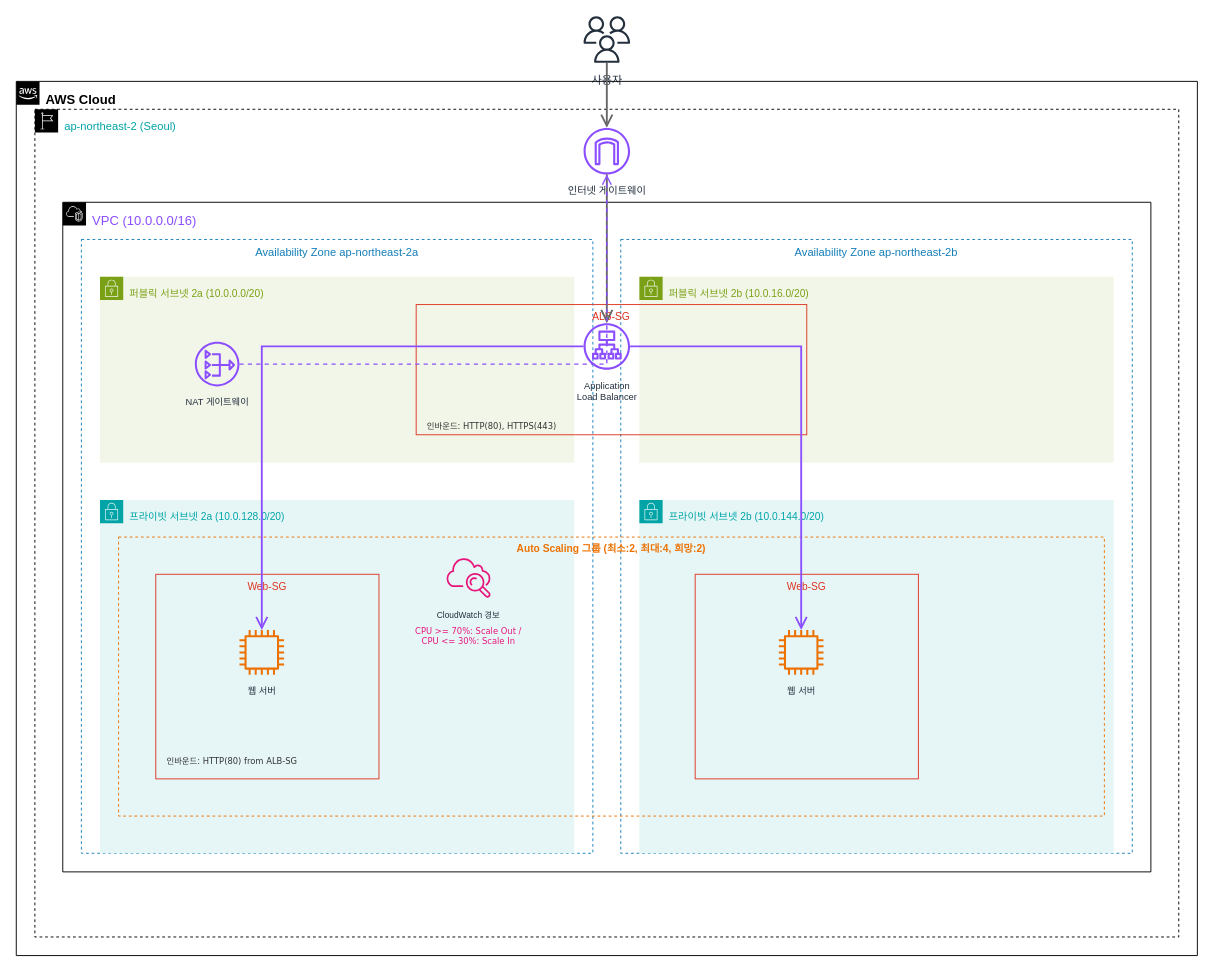
This is public/images/week4/4-3-architecture-diagram.drawio from yh00615/cloud_architecture, a draw.io file, before an edit. Source tidied: cells renumbered, new cells numbered last; positions are measured from the earlier drawing's top-left corner, leaving out a move shared by most shapes. Both pictures are drawn from the tidied source at 93%, with x=0, y=0 at pixel (16, 16).
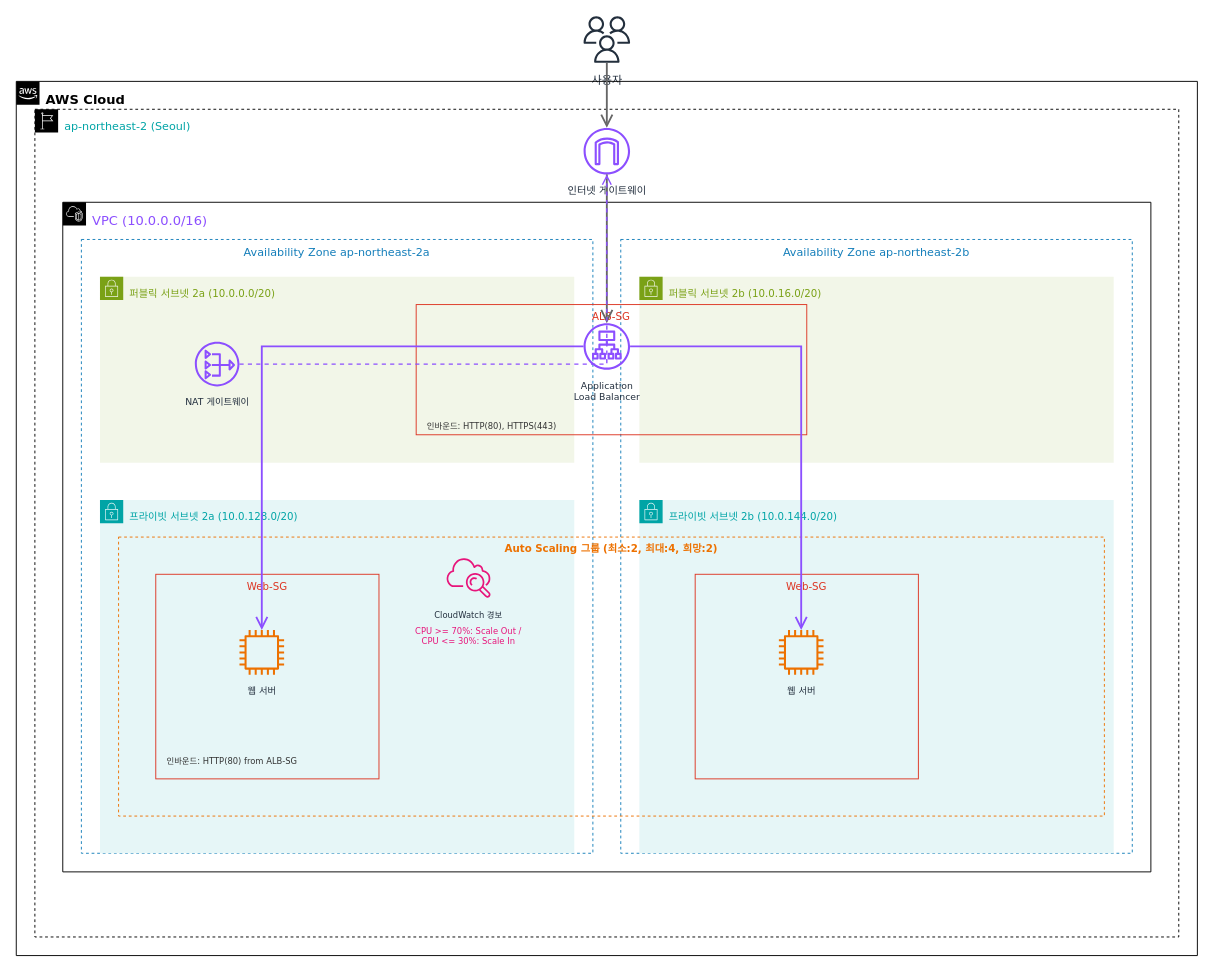
The same diagram, later.

Commit message:
Update 4-3 diagram fonts to Verdana

What changed in the source:
```diff
@@
-    <mxCell id="2" value="사용자" style="sketch=0;outlineConnect=0;fontColor=#232F3E;gradientColor=none;fillColor=#232F3D;strokeColor=none;dashed=0;verticalLabelPosition=bottom;spacingTop=5;verticalAlign=top;align=center;html=1;fontSize=12;fontStyle=0;shape=mxgraph.aws4.users;" parent="1" vertex="1">
+    <mxCell id="2" value="사용자" style="sketch=0;outlineConnect=0;fontColor=#232F3E;gradientColor=none;fillColor=#232F3D;strokeColor=none;dashed=0;verticalLabelPosition=bottom;spacingTop=5;verticalAlign=top;align=center;html=1;fontSize=12;fontStyle=0;shape=mxgraph.aws4.users;fontFamily=Verdana;" parent="1" vertex="1">
       <mxGeometry x="610" width="50" height="50" as="geometry" />
     </mxCell>
-    <mxCell id="3" value="AWS Cloud" style="gradientColor=none;html=1;whiteSpace=wrap;fontSize=14;fontStyle=1;shape=mxgraph.aws4.group;grIcon=mxgraph.aws4.group_aws_cloud_alt;stroke=#232F3E;fillColor=none;verticalAlign=top;align=left;spacingLeft=30;spacingTop=5;dashed=0;" parent="1" vertex="1">
+    <mxCell id="3" value="AWS Cloud" style="gradientColor=none;html=1;whiteSpace=wrap;fontSize=14;fontStyle=1;shape=mxgraph.aws4.group;grIcon=mxgraph.aws4.group_aws_cloud_alt;stroke=#232F3E;fillColor=none;verticalAlign=top;align=left;spacingLeft=30;spacingTop=5;dashed=0;fontFamily=Verdana;" parent="1" vertex="1">
       <mxGeometry y="70" width="1270" height="940" as="geometry" />
     </mxCell>
-    <mxCell id="4" value="ap-northeast-2 (Seoul)" style="gradientColor=none;html=1;whiteSpace=wrap;fontSize=12;fontStyle=0;shape=mxgraph.aws4.group;grIcon=mxgraph.aws4.group_region;stroke=#00A4A6;fillColor=none;verticalAlign=top;align=left;spacingLeft=30;spacingTop=5;fontColor=#00A4A6;dashed=1;" parent="1" vertex="1">
+    <mxCell id="4" value="ap-northeast-2 (Seoul)" style="gradientColor=none;html=1;whiteSpace=wrap;fontSize=12;fontStyle=0;shape=mxgraph.aws4.group;grIcon=mxgraph.aws4.group_region;stroke=#00A4A6;fillColor=none;verticalAlign=top;align=left;spacingLeft=30;spacingTop=5;fontColor=#00A4A6;dashed=1;fontFamily=Verdana;" parent="1" vertex="1">
       <mxGeometry x="20" y="100" width="1230" height="890" as="geometry" />
     </mxCell>
-    <mxCell id="5" value="인터넷 게이트웨이" style="sketch=0;outlineConnect=0;fontColor=#232F3E;gradientColor=none;fillColor=#8C4FFF;strokeColor=none;dashed=0;verticalLabelPosition=bottom;spacingTop=5;verticalAlign=top;align=center;html=1;fontSize=11;fontStyle=0;shape=mxgraph.aws4.internet_gateway;" parent="1" vertex="1">
+    <mxCell id="5" value="인터넷 게이트웨이" style="sketch=0;outlineConnect=0;fontColor=#232F3E;gradientColor=none;fillColor=#8C4FFF;strokeColor=none;dashed=0;verticalLabelPosition=bottom;spacingTop=5;verticalAlign=top;align=center;html=1;fontSize=11;fontStyle=0;shape=mxgraph.aws4.internet_gateway;fontFamily=Verdana;" parent="1" vertex="1">
       <mxGeometry x="610" y="120" width="50" height="50" as="geometry" />
     </mxCell>
-    <mxCell id="6" value="VPC (10.0.0.0/16)" style="gradientColor=none;html=1;whiteSpace=wrap;fontSize=14;fontStyle=0;shape=mxgraph.aws4.group;grIcon=mxgraph.aws4.group_vpc2;stroke=#8C4FFF;fillColor=none;verticalAlign=top;align=left;spacingLeft=30;spacingTop=5;fontColor=#8C4FFF;dashed=0;" parent="1" vertex="1">
+    <mxCell id="6" value="VPC (10.0.0.0/16)" style="gradientColor=none;html=1;whiteSpace=wrap;fontSize=14;fontStyle=0;shape=mxgraph.aws4.group;grIcon=mxgraph.aws4.group_vpc2;stroke=#8C4FFF;fillColor=none;verticalAlign=top;align=left;spacingLeft=30;spacingTop=5;fontColor=#8C4FFF;dashed=0;fontFamily=Verdana;" parent="1" vertex="1">
       <mxGeometry x="50" y="200" width="1170" height="720" as="geometry" />
     </mxCell>
-    <mxCell id="7" value="Availability Zone ap-northeast-2a" style="fillColor=none;strokeColor=#147EBA;dashed=1;verticalAlign=top;fontStyle=0;fontColor=#147EBA;whiteSpace=wrap;html=1;fontSize=12;" parent="6" vertex="1">
+    <mxCell id="7" value="Availability Zone ap-northeast-2a" style="fillColor=none;strokeColor=#147EBA;dashed=1;verticalAlign=top;fontStyle=0;fontColor=#147EBA;whiteSpace=wrap;html=1;fontSize=12;fontFamily=Verdana;" parent="6" vertex="1">
       <mxGeometry x="20" y="40" width="550" height="660" as="geometry" />
     </mxCell>
-    <mxCell id="8" value="Availability Zone ap-northeast-2b" style="fillColor=none;strokeColor=#147EBA;dashed=1;verticalAlign=top;fontStyle=0;fontColor=#147EBA;whiteSpace=wrap;html=1;fontSize=12;" parent="6" vertex="1">
+    <mxCell id="8" value="Availability Zone ap-northeast-2b" style="fillColor=none;strokeColor=#147EBA;dashed=1;verticalAlign=top;fontStyle=0;fontColor=#147EBA;whiteSpace=wrap;html=1;fontSize=12;fontFamily=Verdana;" parent="6" vertex="1">
       <mxGeometry x="600" y="40" width="550" height="660" as="geometry" />
     </mxCell>
-    <mxCell id="9" value="퍼블릭 서브넷 2a (10.0.0.0/20)" style="gradientColor=none;html=1;whiteSpace=wrap;fontSize=11;fontStyle=0;shape=mxgraph.aws4.group;grIcon=mxgraph.aws4.group_security_group;grStroke=0;strokeColor=#7AA116;fillColor=#F2F6E8;verticalAlign=top;align=left;spacingLeft=30;spacingTop=5;fontColor=#7AA116;dashed=0;" parent="6" vertex="1">
+    <mxCell id="9" value="퍼블릭 서브넷 2a (10.0.0.0/20)" style="gradientColor=none;html=1;whiteSpace=wrap;fontSize=11;fontStyle=0;shape=mxgraph.aws4.group;grIcon=mxgraph.aws4.group_security_group;grStroke=0;strokeColor=#7AA116;fillColor=#F2F6E8;verticalAlign=top;align=left;spacingLeft=30;spacingTop=5;fontColor=#7AA116;dashed=0;fontFamily=Verdana;" parent="6" vertex="1">
       <mxGeometry x="40" y="80" width="510" height="200" as="geometry" />
     </mxCell>
-    <mxCell id="10" value="퍼블릭 서브넷 2b (10.0.16.0/20)" style="gradientColor=none;html=1;whiteSpace=wrap;fontSize=11;fontStyle=0;shape=mxgraph.aws4.group;grIcon=mxgraph.aws4.group_security_group;grStroke=0;strokeColor=#7AA116;fillColor=#F2F6E8;verticalAlign=top;align=left;spacingLeft=30;spacingTop=5;fontColor=#7AA116;dashed=0;" parent="6" vertex="1">
+    <mxCell id="10" value="퍼블릭 서브넷 2b (10.0.16.0/20)" style="gradientColor=none;html=1;whiteSpace=wrap;fontSize=11;fontStyle=0;shape=mxgraph.aws4.group;grIcon=mxgraph.aws4.group_security_group;grStroke=0;strokeColor=#7AA116;fillColor=#F2F6E8;verticalAlign=top;align=left;spacingLeft=30;spacingTop=5;fontColor=#7AA116;dashed=0;fontFamily=Verdana;" parent="6" vertex="1">
       <mxGeometry x="620" y="80" width="510" height="200" as="geometry" />
     </mxCell>
-    <mxCell id="11" value="프라이빗 서브넷 2a (10.0.128.0/20)" style="gradientColor=none;html=1;whiteSpace=wrap;fontSize=11;fontStyle=0;shape=mxgraph.aws4.group;grIcon=mxgraph.aws4.group_security_group;grStroke=0;strokeColor=#00A4A6;fillColor=#E6F6F7;verticalAlign=top;align=left;spacingLeft=30;spacingTop=5;fontColor=#00A4A6;dashed=0;" parent="6" vertex="1">
+    <mxCell id="11" value="프라이빗 서브넷 2a (10.0.128.0/20)" style="gradientColor=none;html=1;whiteSpace=wrap;fontSize=11;fontStyle=0;shape=mxgraph.aws4.group;grIcon=mxgraph.aws4.group_security_group;grStroke=0;strokeColor=#00A4A6;fillColor=#E6F6F7;verticalAlign=top;align=left;spacingLeft=30;spacingTop=5;fontColor=#00A4A6;dashed=0;fontFamily=Verdana;" parent="6" vertex="1">
       <mxGeometry x="40" y="320" width="510" height="380" as="geometry" />
     </mxCell>
-    <mxCell id="12" value="프라이빗 서브넷 2b (10.0.144.0/20)" style="gradientColor=none;html=1;whiteSpace=wrap;fontSize=11;fontStyle=0;shape=mxgraph.aws4.group;grIcon=mxgraph.aws4.group_security_group;grStroke=0;strokeColor=#00A4A6;fillColor=#E6F6F7;verticalAlign=top;align=left;spacingLeft=30;spacingTop=5;fontColor=#00A4A6;dashed=0;" parent="6" vertex="1">
+    <mxCell id="12" value="프라이빗 서브넷 2b (10.0.144.0/20)" style="gradientColor=none;html=1;whiteSpace=wrap;fontSize=11;fontStyle=0;shape=mxgraph.aws4.group;grIcon=mxgraph.aws4.group_security_group;grStroke=0;strokeColor=#00A4A6;fillColor=#E6F6F7;verticalAlign=top;align=left;spacingLeft=30;spacingTop=5;fontColor=#00A4A6;dashed=0;fontFamily=Verdana;" parent="6" vertex="1">
       <mxGeometry x="620" y="320" width="510" height="380" as="geometry" />
     </mxCell>
-    <mxCell id="13" value="ALB-SG" style="fillColor=none;strokeColor=#DD3522;verticalAlign=top;fontStyle=0;fontColor=#DD3522;fontSize=11;whiteSpace=wrap;html=1;" parent="6" vertex="1">
+    <mxCell id="13" value="ALB-SG" style="fillColor=none;strokeColor=#DD3522;verticalAlign=top;fontStyle=0;fontColor=#DD3522;fontSize=11;whiteSpace=wrap;html=1;fontFamily=Verdana;" parent="6" vertex="1">
       <mxGeometry x="380" y="110" width="420" height="140" as="geometry" />
     </mxCell>
-    <mxCell id="14" value="Application&lt;br&gt;Load Balancer" style="sketch=0;outlineConnect=0;fontColor=#232F3E;gradientColor=none;fillColor=#8C4FFF;strokeColor=none;dashed=0;verticalLabelPosition=bottom;spacingTop=5;verticalAlign=top;align=center;html=1;fontSize=10;fontStyle=0;shape=mxgraph.aws4.application_load_balancer;" parent="6" vertex="1">
+    <mxCell id="14" value="Application&lt;br&gt;Load Balancer" style="sketch=0;outlineConnect=0;fontColor=#232F3E;gradientColor=none;fillColor=#8C4FFF;strokeColor=none;dashed=0;verticalLabelPosition=bottom;spacingTop=5;verticalAlign=top;align=center;html=1;fontSize=10;fontStyle=0;shape=mxgraph.aws4.application_load_balancer;fontFamily=Verdana;" parent="6" vertex="1">
       <mxGeometry x="560" y="130" width="50" height="50" as="geometry" />
     </mxCell>
@@
-    <mxCell id="16" value="NAT 게이트웨이" style="sketch=0;outlineConnect=0;fontColor=#232F3E;gradientColor=none;fillColor=#8C4FFF;strokeColor=none;dashed=0;verticalLabelPosition=bottom;spacingTop=5;verticalAlign=top;align=center;html=1;fontSize=10;fontStyle=0;shape=mxgraph.aws4.nat_gateway;" parent="6" vertex="1">
+    <mxCell id="16" value="NAT 게이트웨이" style="sketch=0;outlineConnect=0;fontColor=#232F3E;gradientColor=none;fillColor=#8C4FFF;strokeColor=none;dashed=0;verticalLabelPosition=bottom;spacingTop=5;verticalAlign=top;align=center;html=1;fontSize=10;fontStyle=0;shape=mxgraph.aws4.nat_gateway;fontFamily=Verdana;" parent="6" vertex="1">
       <mxGeometry x="142" y="150" width="48" height="48" as="geometry" />
     </mxCell>
-    <mxCell id="17" value="Auto Scaling 그룹 (최소:2, 최대:4, 희망:2)" style="fillColor=none;strokeColor=#ED7100;dashed=1;verticalAlign=top;fontStyle=1;fontColor=#ED7100;whiteSpace=wrap;html=1;fontSize=11;align=center;" parent="6" vertex="1">
+    <mxCell id="17" value="Auto Scaling 그룹 (최소:2, 최대:4, 희망:2)" style="fillColor=none;strokeColor=#ED7100;dashed=1;verticalAlign=top;fontStyle=1;fontColor=#ED7100;whiteSpace=wrap;html=1;fontSize=11;align=center;fontFamily=Verdana;" parent="6" vertex="1">
       <mxGeometry x="60" y="360" width="1060" height="300" as="geometry" />
     </mxCell>
-    <mxCell id="18" value="Web-SG" style="fillColor=none;strokeColor=#DD3522;verticalAlign=top;fontStyle=0;fontColor=#DD3522;fontSize=11;whiteSpace=wrap;html=1;" parent="6" vertex="1">
+    <mxCell id="18" value="Web-SG" style="fillColor=none;strokeColor=#DD3522;verticalAlign=top;fontStyle=0;fontColor=#DD3522;fontSize=11;whiteSpace=wrap;html=1;fontFamily=Verdana;" parent="6" vertex="1">
       <mxGeometry x="100" y="400" width="240" height="220" as="geometry" />
     </mxCell>
-    <mxCell id="19" value="웹 서버" style="sketch=0;outlineConnect=0;fontColor=#232F3E;gradientColor=none;fillColor=#ED7100;strokeColor=none;dashed=0;verticalLabelPosition=bottom;spacingTop=5;verticalAlign=top;align=center;html=1;fontSize=10;fontStyle=0;shape=mxgraph.aws4.instance2;" parent="6" vertex="1">
+    <mxCell id="19" value="웹 서버" style="sketch=0;outlineConnect=0;fontColor=#232F3E;gradientColor=none;fillColor=#ED7100;strokeColor=none;dashed=0;verticalLabelPosition=bottom;spacingTop=5;verticalAlign=top;align=center;html=1;fontSize=10;fontStyle=0;shape=mxgraph.aws4.instance2;fontFamily=Verdana;" parent="6" vertex="1">
       <mxGeometry x="190" y="460" width="48" height="48" as="geometry" />
     </mxCell>
@@
-    <mxCell id="21" value="Web-SG" style="fillColor=none;strokeColor=#DD3522;verticalAlign=top;fontStyle=0;fontColor=#DD3522;fontSize=11;whiteSpace=wrap;html=1;" parent="6" vertex="1">
+    <mxCell id="21" value="Web-SG" style="fillColor=none;strokeColor=#DD3522;verticalAlign=top;fontStyle=0;fontColor=#DD3522;fontSize=11;whiteSpace=wrap;html=1;fontFamily=Verdana;" parent="6" vertex="1">
       <mxGeometry x="680" y="400" width="240" height="220" as="geometry" />
     </mxCell>
-    <mxCell id="22" value="웹 서버" style="sketch=0;outlineConnect=0;fontColor=#232F3E;gradientColor=none;fillColor=#ED7100;strokeColor=none;dashed=0;verticalLabelPosition=bottom;spacingTop=5;verticalAlign=top;align=center;html=1;fontSize=10;fontStyle=0;shape=mxgraph.aws4.instance2;" parent="6" vertex="1">
+    <mxCell id="22" value="웹 서버" style="sketch=0;outlineConnect=0;fontColor=#232F3E;gradientColor=none;fillColor=#ED7100;strokeColor=none;dashed=0;verticalLabelPosition=bottom;spacingTop=5;verticalAlign=top;align=center;html=1;fontSize=10;fontStyle=0;shape=mxgraph.aws4.instance2;fontFamily=Verdana;" parent="6" vertex="1">
       <mxGeometry x="770" y="460" width="48" height="48" as="geometry" />
     </mxCell>
-    <mxCell id="23" value="CloudWatch 경보" style="sketch=0;fontColor=#232F3E;gradientColor=none;fillColor=#E7157B;strokeColor=none;dashed=0;verticalLabelPosition=bottom;spacingTop=5;verticalAlign=top;align=center;html=1;fontSize=9;fontStyle=0;shape=mxgraph.aws4.cloudwatch;" parent="6" vertex="1">
+    <mxCell id="23" value="CloudWatch 경보" style="sketch=0;fontColor=#232F3E;gradientColor=none;fillColor=#E7157B;strokeColor=none;dashed=0;verticalLabelPosition=bottom;spacingTop=5;verticalAlign=top;align=center;html=1;fontSize=9;fontStyle=0;shape=mxgraph.aws4.cloudwatch;fontFamily=Verdana;" parent="6" vertex="1">
       <mxGeometry x="412" y="380" width="48" height="48" as="geometry" />
     </mxCell>
```
